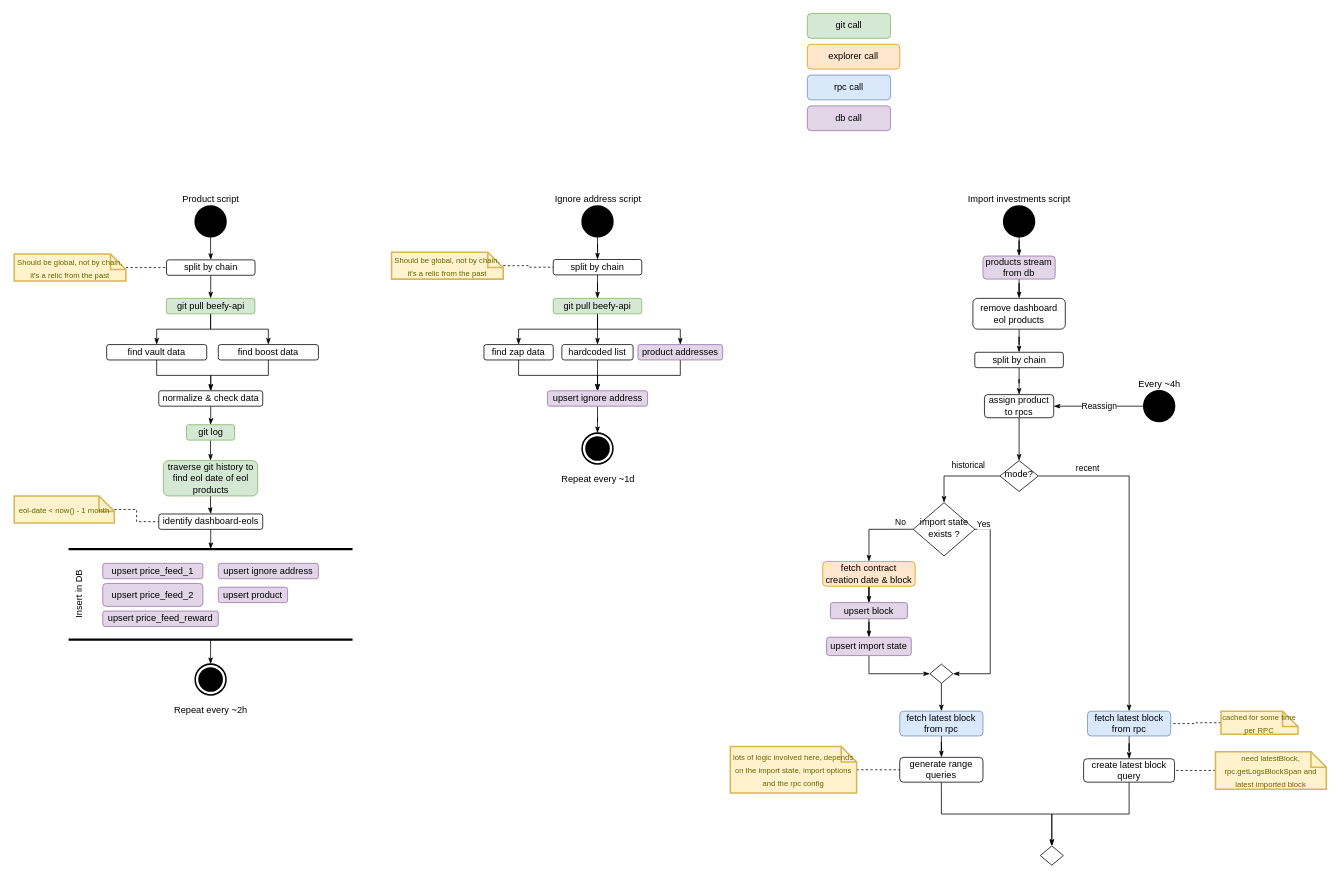
Above: Untitled Diagram.drawio in beefyfinance/beefy-bi (draw.io), before the change. Source tidied: cells renumbered, new cells numbered last; positions are measured from the earlier drawing's top-left corner, leaving out a move shared by most shapes. Both pictures are drawn from the tidied source at 77%, with x=0, y=0 at pixel (14, 13).
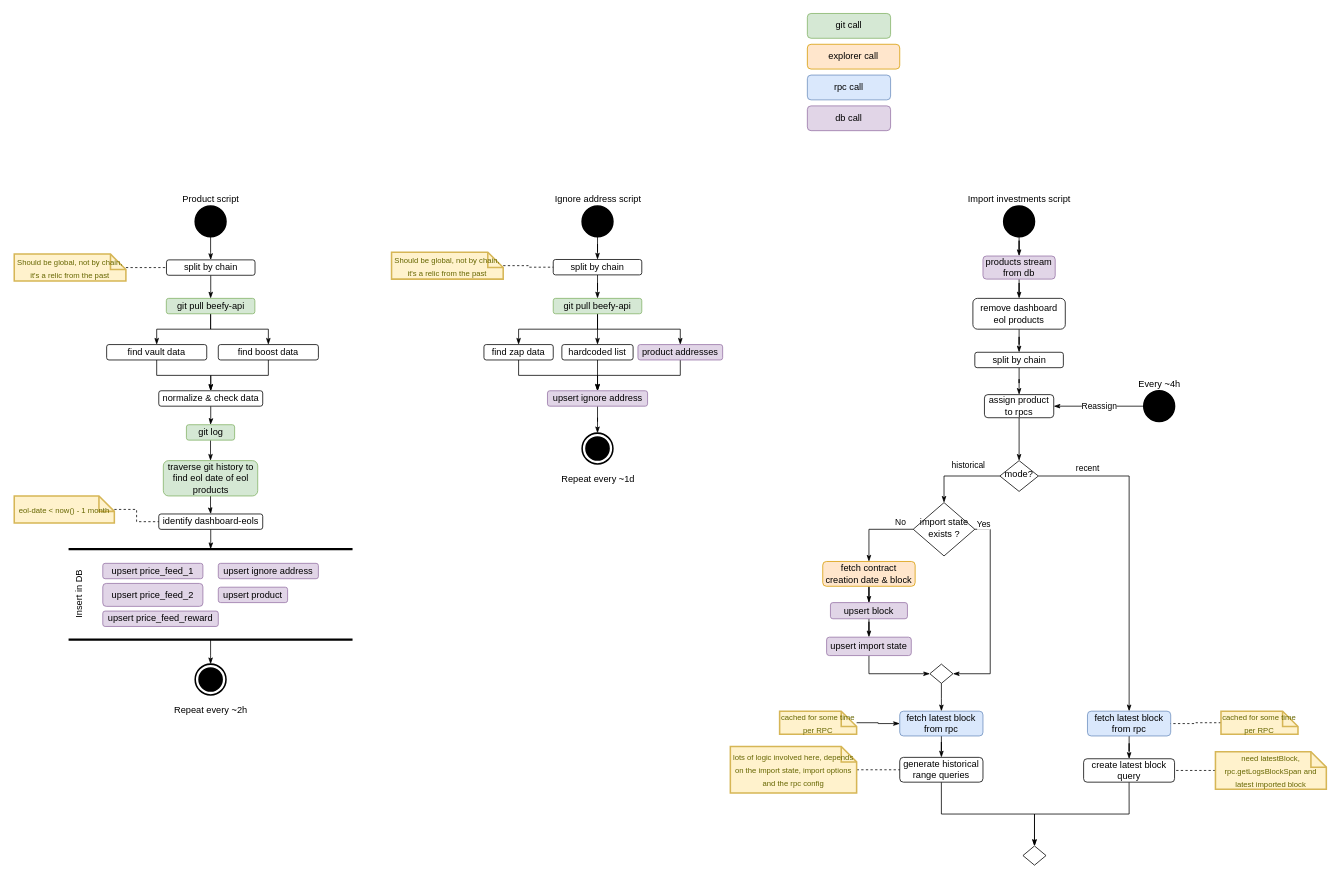
Above is the later version.

Unchanged cells that the change refers to:
```xml
<mxCell id="80" value="fetch latest block from rpc" style="rounded=1;whiteSpace=wrap;html=1;fontSize=12;glass=0;strokeWidth=1;shadow=0;fillColor=#dae8fc;strokeColor=#6c8ebf;" parent="1" vertex="1">
  <mxGeometry x="1150" y="906.1" width="108.1" height="32.2" as="geometry" />
</mxCell>
```

Change to the diagram source:
```diff
@@
-    <mxCell id="96" value="generate range queries" style="rounded=1;whiteSpace=wrap;html=1;fontSize=12;glass=0;strokeWidth=1;shadow=0;" parent="1" vertex="1">
+    <mxCell id="96" value="generate historical range queries" style="rounded=1;whiteSpace=wrap;html=1;fontSize=12;glass=0;strokeWidth=1;shadow=0;" parent="1" vertex="1">
       <mxGeometry x="1150" y="966.1" width="108.1" height="32.2" as="geometry" />
     </mxCell>
@@
     <mxCell id="99" style="rhombus;whiteSpace=wrap;html=1;shadow=0;fontFamily=Helvetica;fontSize=12;align=center;strokeWidth=1;spacing=6;spacingTop=-4;" parent="1" vertex="1">
-      <mxGeometry x="1332.5" y="1081.1" width="30" height="25" as="geometry" />
+      <mxGeometry x="1310" y="1081.1" width="30" height="25" as="geometry" />
     </mxCell>
+    <mxCell id="100" style="edgeStyle=orthogonalEdgeStyle;shape=connector;rounded=0;jettySize=auto;html=1;labelBackgroundColor=default;strokeColor=default;fontFamily=Helvetica;fontSize=11;fontColor=default;endArrow=classicThin;endFill=1;" parent="1" edge="1" source="101" target="80">
+      <mxGeometry relative="1" as="geometry" />
+    </mxCell>
+    <mxCell id="101" value="&lt;font size=&quot;1&quot;&gt;cached for some time per RPC&lt;/font&gt;" style="shape=note;strokeWidth=2;fontSize=14;size=20;whiteSpace=wrap;html=1;fillColor=#fff2cc;strokeColor=#d6b656;fontColor=#666600;" parent="1" vertex="1">
+      <mxGeometry x="994" y="906.1" width="100" height="30" as="geometry" />
+    </mxCell>
```
